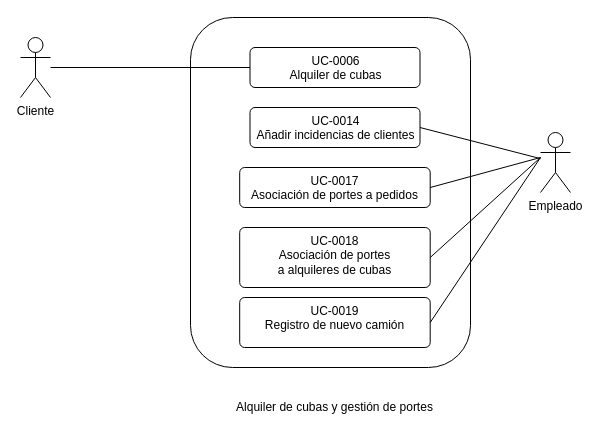
Before: page "Page-2" (2 of 4) of diagramas/diagramas de casos de uso/diagramasCasosDeUso.drawio in felipescalera/Proyecto-IR, a draw.io diagram. Source tidied: cells renumbered, new cells numbered last; positions are measured from the earlier drawing's top-left corner, leaving out a move shared by most shapes. Both pictures are drawn from the tidied source at 100%, with x=0, y=0 at pixel (20, 17).
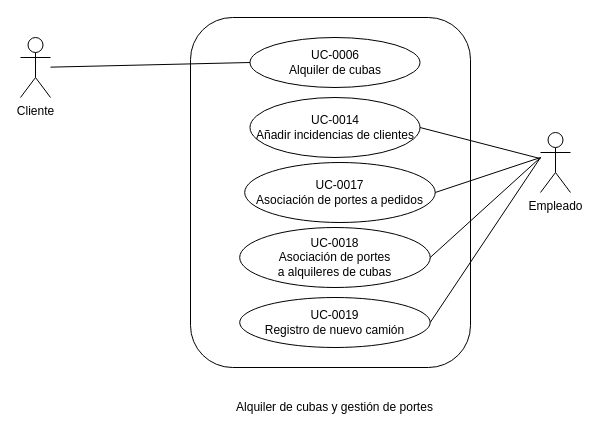
The same diagram, later.

Change to the diagram source:
```diff
@@
 <mxGraphModel>
   <root>
     <mxCell id="0" />
     <mxCell id="1" parent="0" />
     <mxCell id="2" value="Empleado" style="shape=umlActor;verticalLabelPosition=bottom;verticalAlign=top;html=1;" parent="1" vertex="1">
       <mxGeometry x="520" y="115" width="30" height="60" as="geometry" />
     </mxCell>
     <mxCell id="3" value="Cliente" style="shape=umlActor;verticalLabelPosition=bottom;verticalAlign=top;html=1;" parent="1" vertex="1">
       <mxGeometry y="20" width="30" height="60" as="geometry" />
     </mxCell>
     <mxCell id="4" style="rounded=1;whiteSpace=wrap;html=1;" parent="1" vertex="1">
       <mxGeometry x="170" width="280" height="350" as="geometry" />
     </mxCell>
     <mxCell id="5" value="Alquiler de cubas y gestión de portes" style="text;html=1;strokeColor=none;fillColor=none;align=center;verticalAlign=middle;whiteSpace=wrap;rounded=0;" parent="1" vertex="1">
       <mxGeometry x="214.2" y="380" width="200.5" height="20" as="geometry" />
     </mxCell>
-    <mxCell id="6" value="UC-0006&lt;br&gt;Alquiler de cubas" style="html=1;align=center;verticalAlign=top;rounded=1;absoluteArcSize=1;arcSize=10;dashed=0;" parent="1" vertex="1">
-      <mxGeometry x="229.5" y="30" width="170" height="40" as="geometry" />
+    <mxCell id="6" value="UC-0006&lt;br&gt;Alquiler de cubas" style="ellipse;whiteSpace=wrap;html=1;" parent="1" vertex="1">
+      <mxGeometry x="229.5" y="20" width="170" height="50" as="geometry" />
     </mxCell>
-    <mxCell id="7" value="UC-0014&lt;br&gt;Añadir incidencias de clientes" style="html=1;align=center;verticalAlign=top;rounded=1;absoluteArcSize=1;arcSize=10;dashed=0;" parent="1" vertex="1">
-      <mxGeometry x="229.5" y="90" width="170" height="40" as="geometry" />
+    <mxCell id="7" value="UC-0014&lt;br&gt;Añadir incidencias de clientes" style="ellipse;whiteSpace=wrap;html=1;" parent="1" vertex="1">
+      <mxGeometry x="229.5" y="80" width="170" height="60" as="geometry" />
     </mxCell>
     <mxCell id="8" style="endArrow=none;html=1;entryX=0;entryY=0.5;entryDx=0;entryDy=0;" parent="1" edge="1" source="3" target="6">
       <mxGeometry relative="1" as="geometry" />
     </mxCell>
-    <mxCell id="9" value="UC-0017&lt;br&gt;Asociación de portes a pedidos" style="html=1;align=center;verticalAlign=top;rounded=1;absoluteArcSize=1;arcSize=10;dashed=0;" parent="1" vertex="1">
-      <mxGeometry x="219.2" y="150" width="190.5" height="40" as="geometry" />
+    <mxCell id="9" value="UC-0017&lt;br&gt;Asociación de portes a pedidos" style="ellipse;whiteSpace=wrap;html=1;" parent="1" vertex="1">
+      <mxGeometry x="224.2" y="145" width="190.5" height="60" as="geometry" />
     </mxCell>
-    <mxCell id="10" value="UC-0018&lt;br&gt;Asociación de portes &lt;br&gt;a alquileres de cubas" style="html=1;align=center;verticalAlign=top;rounded=1;absoluteArcSize=1;arcSize=10;dashed=0;" parent="1" vertex="1">
+    <mxCell id="10" value="UC-0018&lt;br&gt;Asociación de portes &lt;br&gt;a alquileres de cubas" style="ellipse;whiteSpace=wrap;html=1;" parent="1" vertex="1">
       <mxGeometry x="219.2" y="210" width="190.5" height="60" as="geometry" />
     </mxCell>
     <mxCell id="11" style="endArrow=none;html=1;exitX=1;exitY=0.5;exitDx=0;exitDy=0;" parent="1" edge="1" source="7" target="2">
       <mxGeometry relative="1" as="geometry" />
     </mxCell>
     <mxCell id="12" style="endArrow=none;html=1;exitX=1;exitY=0.5;exitDx=0;exitDy=0;" parent="1" edge="1" source="9">
       <mxGeometry relative="1" as="geometry">
         <mxPoint x="520" y="140" as="targetPoint" />
       </mxGeometry>
     </mxCell>
     <mxCell id="13" style="endArrow=none;html=1;exitX=1;exitY=0.5;exitDx=0;exitDy=0;" parent="1" edge="1" source="10">
       <mxGeometry relative="1" as="geometry">
         <mxPoint x="520" y="140" as="targetPoint" />
       </mxGeometry>
     </mxCell>
-    <mxCell id="14" value="UC-0019&lt;br&gt;Registro de nuevo camión" style="html=1;align=center;verticalAlign=top;rounded=1;absoluteArcSize=1;arcSize=10;dashed=0;" parent="1" vertex="1">
+    <mxCell id="14" value="UC-0019&lt;br&gt;Registro de nuevo camión" style="ellipse;whiteSpace=wrap;html=1;" parent="1" vertex="1">
       <mxGeometry x="219.2" y="280" width="190.5" height="50" as="geometry" />
     </mxCell>
     <mxCell id="15" style="endArrow=none;html=1;exitX=1;exitY=0.5;exitDx=0;exitDy=0;" parent="1" edge="1" source="14">
       <mxGeometry relative="1" as="geometry">
         <mxPoint x="520" y="140" as="targetPoint" />
       </mxGeometry>
     </mxCell>
   </root>
 </mxGraphModel>
```
